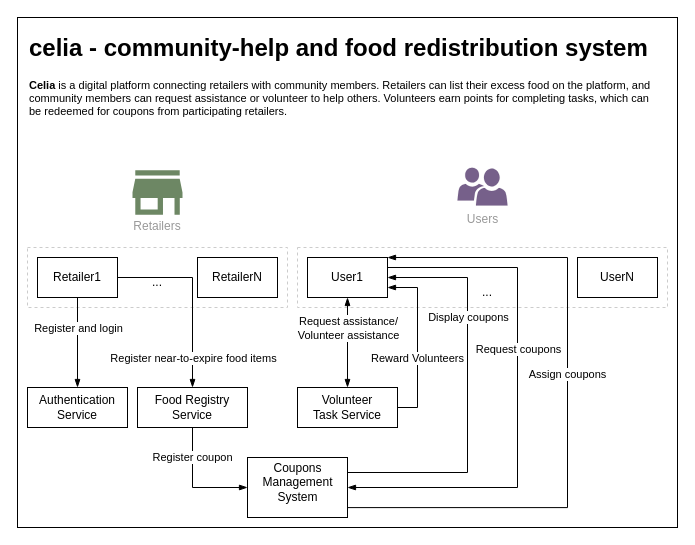
Earlier version of the draw.io diagram page "Page-2" (2 of 2) of Untitled Diagram.drawio (HarshvardhanThosar/msc-project-resources). Source tidied: cells renumbered, new cells numbered last; positions are measured from the earlier drawing's top-left corner, leaving out a move shared by most shapes. Both pictures are drawn from the tidied source at 100%, with x=0, y=0 at pixel (17, 17).
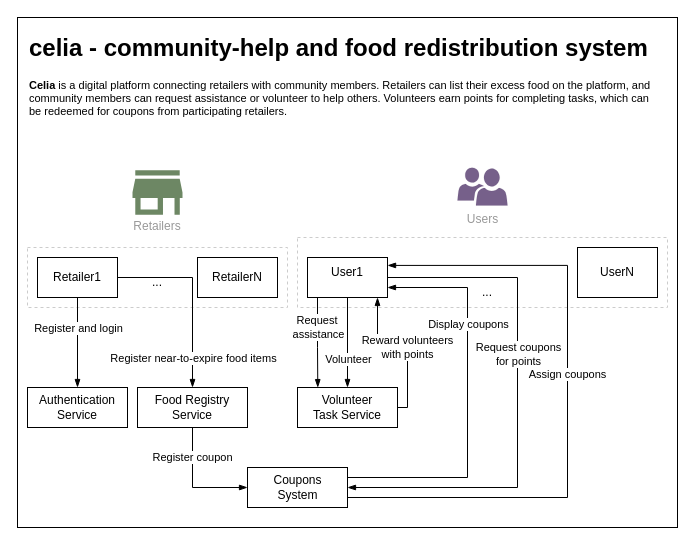
The same page after the edit.

Unchanged cells that the change refers to:
```xml
<mxCell id="30" style="rounded=0;whiteSpace=wrap;html=1;" parent="1" vertex="1">
  <mxGeometry x="290" y="240" width="80" height="40" as="geometry" />
</mxCell>
<mxCell id="36" style="rounded=0;whiteSpace=wrap;html=1;" parent="1" vertex="1">
  <mxGeometry x="280" y="370" width="100" height="40" as="geometry" />
</mxCell>
```

Change to the diagram source:
```diff
@@
     <mxCell id="25" style="rounded=0;whiteSpace=wrap;html=1;dashed=1;strokeColor=#CCCCCC;" parent="1" vertex="1">
-      <mxGeometry x="280" y="230" width="370" height="60" as="geometry" />
+      <mxGeometry x="280" y="220" width="370" height="70" as="geometry" />
     </mxCell>
-    <mxCell id="26" style="edgeStyle=orthogonalEdgeStyle;rounded=0;jettySize=auto;html=1;exitX=0.5;exitY=1;exitDx=0;exitDy=0;entryX=0.5;entryY=0;entryDx=0;entryDy=0;startArrow=blockThin;startFill=1;endArrow=blockThin;endFill=1;" parent="1" edge="1" source="30" target="36">
-      <mxGeometry relative="1" as="geometry" />
+    <mxCell id="26" style="edgeStyle=orthogonalEdgeStyle;rounded=0;jettySize=auto;html=1;exitX=0.125;exitY=0.998;exitDx=0;exitDy=0;entryX=0.203;entryY=0.002;entryDx=0;entryDy=0;startArrow=none;startFill=0;endArrow=blockThin;endFill=1;exitPerimeter=0;entryPerimeter=0;" parent="1" edge="1" source="30" target="36">
+      <mxGeometry relative="1" as="geometry">
+        <Array as="points">
+          <mxPoint x="300" y="330" />
+          <mxPoint x="300" y="330" />
+        </Array>
+      </mxGeometry>
     </mxCell>
-    <mxCell id="27" value="Request assistance/&lt;div&gt;Volunteer assistance&lt;/div&gt;" style="edgeLabel;html=1;align=center;verticalAlign=middle;" parent="26" vertex="1">
+    <mxCell id="27" value="Request&amp;nbsp;&lt;div&gt;assistance&lt;/div&gt;" style="edgeLabel;html=1;align=center;verticalAlign=middle;" parent="26" vertex="1">
       <mxGeometry x="-0.09" y="-3" relative="1" as="geometry">
         <mxPoint x="3" y="-11" as="offset" />
       </mxGeometry>
     </mxCell>
-    <mxCell id="28" style="edgeStyle=orthogonalEdgeStyle;rounded=0;jettySize=auto;html=1;exitX=1;exitY=0;exitDx=0;exitDy=0;entryX=0.998;entryY=0.835;entryDx=0;entryDy=0;startArrow=blockThin;startFill=1;endArrow=none;endFill=0;entryPerimeter=0;" parent="1" edge="1" source="30" target="40">
+    <mxCell id="28" style="edgeStyle=orthogonalEdgeStyle;rounded=0;jettySize=auto;html=1;exitX=1.001;exitY=0.198;exitDx=0;exitDy=0;entryX=0.997;entryY=0.833;entryDx=0;entryDy=0;startArrow=blockThin;startFill=1;endArrow=none;endFill=0;exitPerimeter=0;entryPerimeter=0;" parent="1" edge="1" source="30" target="40">
       <mxGeometry relative="1" as="geometry">
         <Array as="points">
-          <mxPoint x="550" y="240" />
-          <mxPoint x="550" y="490" />
+          <mxPoint x="550" y="248" />
+          <mxPoint x="550" y="480" />
+          <mxPoint x="330" y="480" />
         </Array>
       </mxGeometry>
     </mxCell>
@@
     <mxCell id="31" value="User1" style="text;html=1;align=center;verticalAlign=middle;whiteSpace=wrap;rounded=0;" parent="1" vertex="1">
-      <mxGeometry x="300" y="245" width="60" height="30" as="geometry" />
+      <mxGeometry x="300" y="240" width="60" height="30" as="geometry" />
     </mxCell>
     <mxCell id="32" style="rounded=0;whiteSpace=wrap;html=1;" parent="1" vertex="1">
-      <mxGeometry x="560" y="240" width="80" height="40" as="geometry" />
+      <mxGeometry x="560" y="230" width="80" height="50" as="geometry" />
     </mxCell>
     <mxCell id="33" value="UserN" style="text;html=1;align=center;verticalAlign=middle;whiteSpace=wrap;rounded=0;" parent="1" vertex="1">
-      <mxGeometry x="570" y="245" width="60" height="30" as="geometry" />
+      <mxGeometry x="570" y="240" width="60" height="30" as="geometry" />
     </mxCell>
-    <mxCell id="34" style="edgeStyle=orthogonalEdgeStyle;rounded=0;jettySize=auto;html=1;exitX=1;exitY=0.5;exitDx=0;exitDy=0;entryX=1;entryY=0.75;entryDx=0;entryDy=0;endArrow=blockThin;endFill=1;" parent="1" edge="1" source="36" target="30">
-      <mxGeometry relative="1" as="geometry" />
+    <mxCell id="34" style="edgeStyle=orthogonalEdgeStyle;rounded=0;jettySize=auto;html=1;exitX=1;exitY=0.5;exitDx=0;exitDy=0;endArrow=blockThin;endFill=1;" parent="1" edge="1" source="36">
+      <mxGeometry relative="1" as="geometry">
+        <mxPoint x="360" y="280" as="targetPoint" />
+        <Array as="points">
+          <mxPoint x="390" y="390" />
+          <mxPoint x="390" y="320" />
+          <mxPoint x="360" y="320" />
+        </Array>
+      </mxGeometry>
     </mxCell>
-    <mxCell id="35" value="Reward Volunteers" style="edgeLabel;html=1;align=center;verticalAlign=middle;" parent="34" vertex="1">
+    <mxCell id="35" value="Reward volunteers&lt;div&gt;with points&lt;/div&gt;" style="edgeLabel;html=1;align=center;verticalAlign=middle;" parent="34" vertex="1">
       <mxGeometry x="-0.03" y="1" relative="1" as="geometry">
-        <mxPoint y="12" as="offset" />
+        <mxPoint y="2" as="offset" />
       </mxGeometry>
     </mxCell>
+    <mxCell id="45" style="edgeStyle=orthogonalEdgeStyle;rounded=0;jettySize=auto;html=1;exitX=0.5;exitY=0;exitDx=0;exitDy=0;entryX=0.5;entryY=1;entryDx=0;entryDy=0;startArrow=blockThin;startFill=1;endArrow=none;endFill=0;" parent="1" edge="1" source="36" target="30">
+      <mxGeometry relative="1" as="geometry" />
+    </mxCell>
+    <mxCell id="46" value="Volunteer" style="edgeLabel;html=1;align=center;verticalAlign=middle;" parent="45" vertex="1">
+      <mxGeometry x="-0.39" relative="1" as="geometry">
+        <mxPoint y="-2" as="offset" />
+      </mxGeometry>
+    </mxCell>
@@
-    <mxCell id="38" style="edgeStyle=orthogonalEdgeStyle;rounded=0;jettySize=auto;html=1;exitX=1;exitY=0.25;exitDx=0;exitDy=0;entryX=1;entryY=0.5;entryDx=0;entryDy=0;endArrow=blockThin;endFill=1;" parent="1" edge="1" source="40" target="30">
+    <mxCell id="38" style="edgeStyle=orthogonalEdgeStyle;rounded=0;jettySize=auto;html=1;exitX=1;exitY=0.25;exitDx=0;exitDy=0;endArrow=blockThin;endFill=1;" parent="1" edge="1" source="40">
       <mxGeometry relative="1" as="geometry">
+        <mxPoint x="370" y="270" as="targetPoint" />
         <Array as="points">
-          <mxPoint x="450" y="455" />
-          <mxPoint x="450" y="260" />
+          <mxPoint x="450" y="460" />
+          <mxPoint x="450" y="270" />
+          <mxPoint x="370" y="270" />
         </Array>
       </mxGeometry>
     </mxCell>
@@
     <mxCell id="40" style="rounded=0;whiteSpace=wrap;html=1;" parent="1" vertex="1">
-      <mxGeometry x="230" y="440" width="100" height="60" as="geometry" />
+      <mxGeometry x="230" y="450" width="100" height="40" as="geometry" />
     </mxCell>
-    <mxCell id="41" value="Coupons Management System" style="text;html=1;align=center;verticalAlign=middle;whiteSpace=wrap;rounded=0;" parent="1" vertex="1">
-      <mxGeometry x="242.5" y="450" width="75" height="30" as="geometry" />
+    <mxCell id="41" value="Coupons System" style="text;html=1;align=center;verticalAlign=middle;whiteSpace=wrap;rounded=0;" parent="1" vertex="1">
+      <mxGeometry x="242.5" y="455" width="75" height="30" as="geometry" />
     </mxCell>
-    <mxCell id="42" style="edgeStyle=orthogonalEdgeStyle;rounded=0;jettySize=auto;html=1;exitX=1;exitY=0.25;exitDx=0;exitDy=0;endArrow=blockThin;endFill=1;" parent="1" edge="1" source="30">
+    <mxCell id="42" style="edgeStyle=orthogonalEdgeStyle;rounded=0;orthogonalLoop=1;jettySize=auto;html=1;endArrow=blockThin;endFill=1;" parent="1" edge="1">
       <mxGeometry relative="1" as="geometry">
+        <mxPoint x="370" y="260" as="sourcePoint" />
         <mxPoint x="330" y="470" as="targetPoint" />
         <Array as="points">
-          <mxPoint x="500" y="250" />
+          <mxPoint x="370" y="260" />
+          <mxPoint x="500" y="260" />
           <mxPoint x="500" y="470" />
-          <mxPoint x="330" y="470" />
         </Array>
       </mxGeometry>
     </mxCell>
-    <mxCell id="43" value="Request coupons" style="edgeLabel;html=1;align=center;verticalAlign=middle;" parent="42" vertex="1">
+    <mxCell id="43" value="Request coupons&lt;div&gt;for points&lt;/div&gt;" style="edgeLabel;html=1;align=center;verticalAlign=middle;" parent="42" vertex="1">
       <mxGeometry x="-0.12" relative="1" as="geometry">
         <mxPoint y="-18" as="offset" />
       </mxGeometry>
     </mxCell>
```
